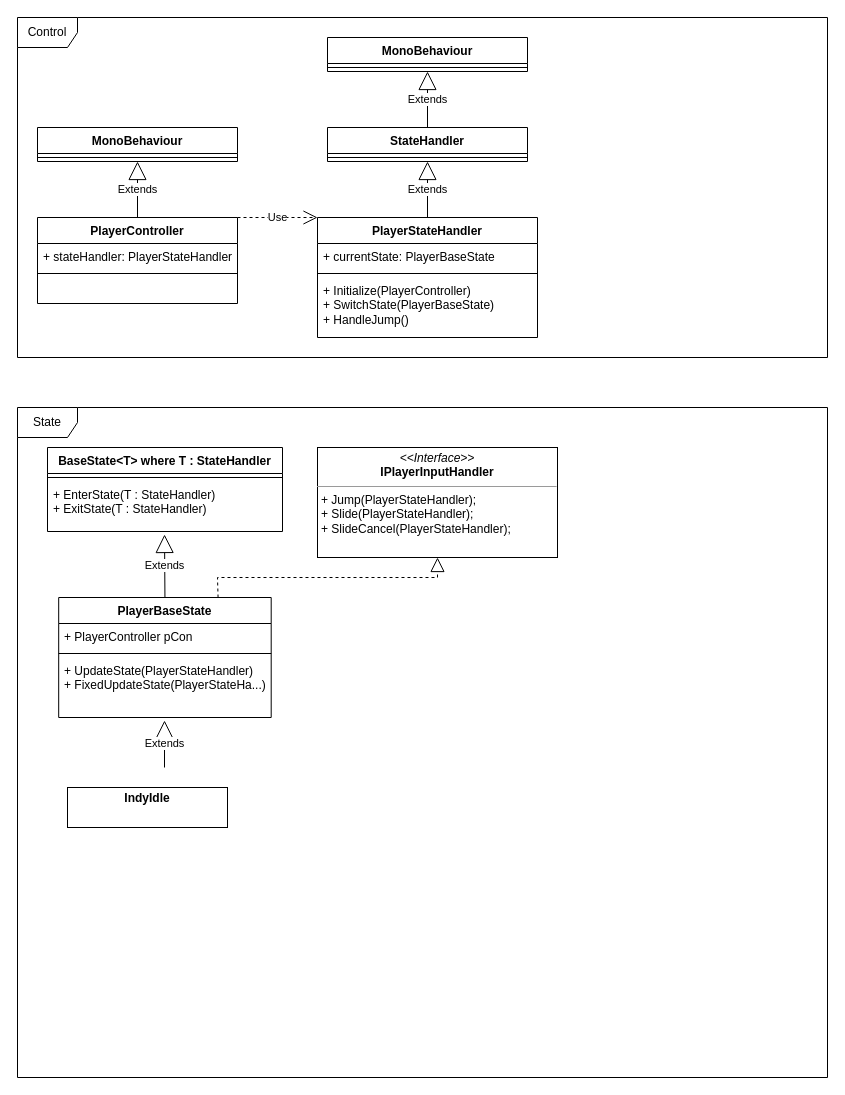
Above: UML's/StateMachineUML.drawio in Contraband-Software/Unity2D-Tutorial (draw.io), before the change. Source tidied: cells renumbered, new cells numbered last; positions are measured from the earlier drawing's top-left corner, leaving out a move shared by most shapes. Both pictures are drawn from the tidied source at 100%, with x=0, y=0 at pixel (17, 17).
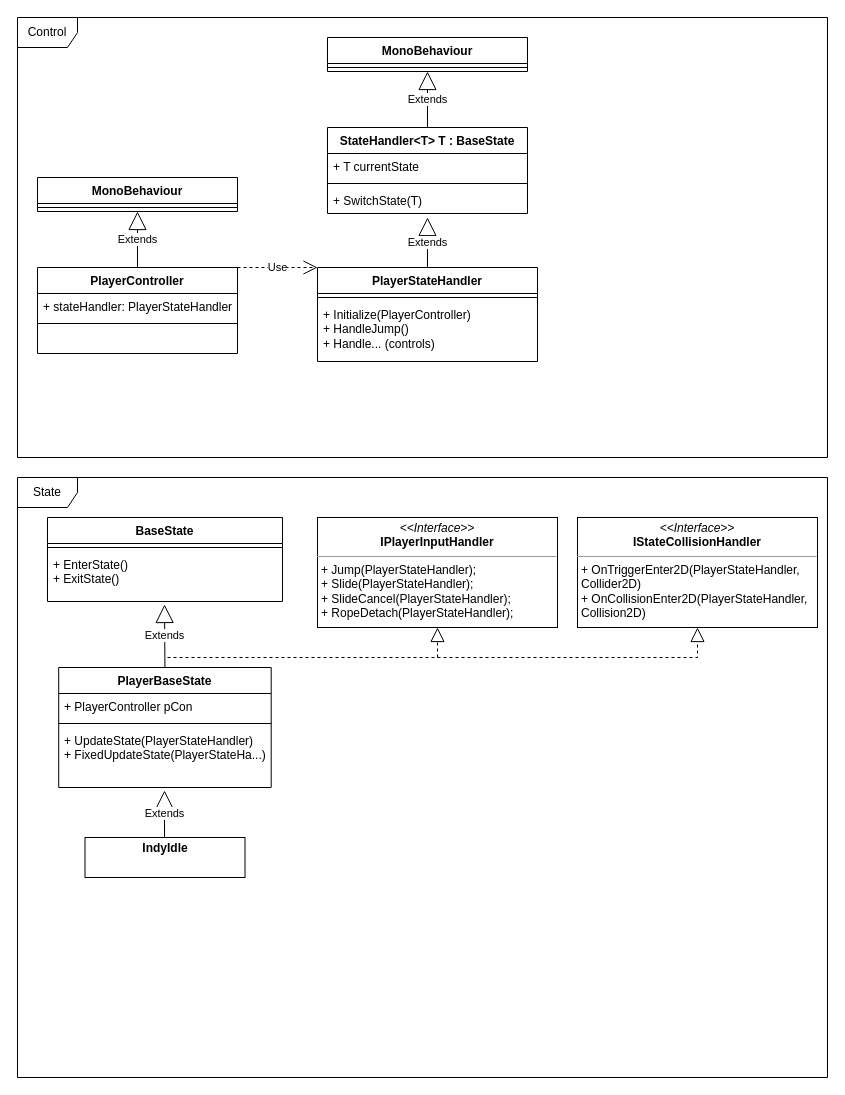
The same page after the edit.

Commit message (it also covers changes not shown here):
refactored state machine

Unchanged cells that the change refers to:
```xml
<mxCell id="14" value="MonoBehaviour" style="swimlane;fontStyle=1;align=center;verticalAlign=top;horizontal=1;startSize=26;whiteSpace=wrap;html=1;" parent="1" vertex="1">
  <mxGeometry x="310" y="20" width="200" height="34" as="geometry" />
</mxCell>
<mxCell id="24" value="+ UpdateState(PlayerStateHandler)&lt;br&gt;+ FixedUpdateState(PlayerStateHa...)" style="text;strokeColor=none;fillColor=none;align=left;verticalAlign=top;spacingLeft=4;spacingRight=4;overflow=hidden;points=[[0,0.5],[1,0.5]];portConstraint=eastwest;whiteSpace=wrap;html=1;" parent="21" vertex="1">
  <mxGeometry y="60" width="212.5" height="60" as="geometry" />
</mxCell>
```

Diff of the diagram source:
```diff
@@
     <mxCell id="2" value="PlayerController" style="swimlane;fontStyle=1;align=center;verticalAlign=top;horizontal=1;startSize=26;whiteSpace=wrap;html=1;" parent="1" vertex="1">
-      <mxGeometry x="20" y="200" width="200" height="86" as="geometry" />
+      <mxGeometry x="20" y="250" width="200" height="86" as="geometry" />
     </mxCell>
@@
     <mxCell id="6" value="PlayerStateHandler" style="swimlane;fontStyle=1;align=center;verticalAlign=top;horizontal=1;startSize=26;whiteSpace=wrap;html=1;" parent="1" vertex="1">
-      <mxGeometry x="300" y="200" width="220" height="120" as="geometry" />
+      <mxGeometry x="300" y="250" width="220" height="94" as="geometry" />
     </mxCell>
-    <mxCell id="7" value="+ currentState: PlayerBaseState" style="text;strokeColor=none;fillColor=none;align=left;verticalAlign=top;spacingLeft=4;spacingRight=4;overflow=hidden;whiteSpace=wrap;html=1;" parent="6" vertex="1">
-      <mxGeometry y="26" width="220" height="26" as="geometry" />
-    </mxCell>
     <mxCell id="8" style="line;strokeWidth=1;fillColor=none;align=left;verticalAlign=middle;spacingTop=-1;spacingLeft=3;spacingRight=3;labelPosition=right;strokeColor=inherit;" parent="6" vertex="1">
-      <mxGeometry y="52" width="220" height="8" as="geometry" />
+      <mxGeometry y="26" width="220" height="8" as="geometry" />
     </mxCell>
-    <mxCell id="9" value="+ Initialize(PlayerController)&lt;br&gt;+ SwitchState(PlayerBaseState)&lt;br&gt;+ HandleJump()" style="text;strokeColor=none;fillColor=none;align=left;verticalAlign=top;spacingLeft=4;spacingRight=4;overflow=hidden;whiteSpace=wrap;html=1;" parent="6" vertex="1">
-      <mxGeometry y="60" width="220" height="60" as="geometry" />
+    <mxCell id="9" value="+ Initialize(PlayerController)&lt;br&gt;+ HandleJump()&lt;br&gt;+ Handle... (controls)" style="text;strokeColor=none;fillColor=none;align=left;verticalAlign=top;spacingLeft=4;spacingRight=4;overflow=hidden;whiteSpace=wrap;html=1;" parent="6" vertex="1">
+      <mxGeometry y="34" width="220" height="60" as="geometry" />
     </mxCell>
@@
     <mxCell id="11" value="MonoBehaviour" style="swimlane;fontStyle=1;align=center;verticalAlign=top;horizontal=1;startSize=26;whiteSpace=wrap;html=1;" parent="1" vertex="1">
-      <mxGeometry x="20" y="110" width="200" height="34" as="geometry" />
+      <mxGeometry x="20" y="160" width="200" height="34" as="geometry" />
     </mxCell>
@@
     <mxCell id="16" value="Control" style="shape=umlFrame;whiteSpace=wrap;html=1;" parent="1" vertex="1">
-      <mxGeometry width="810" height="340" as="geometry" />
+      <mxGeometry width="810" height="440" as="geometry" />
     </mxCell>
-    <mxCell id="17" value="BaseState&amp;lt;T&amp;gt; where T : StateHandler" style="swimlane;fontStyle=1;align=center;verticalAlign=top;horizontal=1;startSize=26;whiteSpace=wrap;html=1;" parent="1" vertex="1">
-      <mxGeometry x="30" y="430" width="235" height="84" as="geometry" />
+    <mxCell id="17" value="BaseState" style="swimlane;fontStyle=1;align=center;verticalAlign=top;horizontal=1;startSize=26;whiteSpace=wrap;html=1;" parent="1" vertex="1">
+      <mxGeometry x="30" y="500" width="235" height="84" as="geometry" />
     </mxCell>
@@
-    <mxCell id="19" value="+ EnterState(T : StateHandler)&lt;br&gt;+ ExitState(T : StateHandler)" style="text;strokeColor=none;fillColor=none;align=left;verticalAlign=top;spacingLeft=4;spacingRight=4;overflow=hidden;points=[[0,0.5],[1,0.5]];portConstraint=eastwest;whiteSpace=wrap;html=1;" parent="17" vertex="1">
+    <mxCell id="19" value="+ EnterState()&lt;br&gt;+ ExitState()" style="text;strokeColor=none;fillColor=none;align=left;verticalAlign=top;spacingLeft=4;spacingRight=4;overflow=hidden;points=[[0,0.5],[1,0.5]];portConstraint=eastwest;whiteSpace=wrap;html=1;" parent="17" vertex="1">
       <mxGeometry y="34" width="235" height="50" as="geometry" />
     </mxCell>
@@
     <mxCell id="21" value="PlayerBaseState" style="swimlane;fontStyle=1;align=center;verticalAlign=top;horizontal=1;startSize=26;whiteSpace=wrap;html=1;" parent="1" vertex="1">
-      <mxGeometry x="41.2" y="580" width="212.5" height="120" as="geometry" />
+      <mxGeometry x="41.2" y="650" width="212.5" height="120" as="geometry" />
     </mxCell>
@@
-    <mxCell id="25" value="StateHandler" style="swimlane;fontStyle=1;align=center;verticalAlign=top;horizontal=1;startSize=26;whiteSpace=wrap;html=1;" parent="1" vertex="1">
-      <mxGeometry x="310" y="110" width="200" height="34" as="geometry" />
-    </mxCell>
-    <mxCell id="26" style="line;strokeWidth=1;fillColor=none;align=left;verticalAlign=middle;spacingTop=-1;spacingLeft=3;spacingRight=3;labelPosition=right;strokeColor=inherit;" parent="25" vertex="1">
-      <mxGeometry y="26" width="200" height="8" as="geometry" />
-    </mxCell>
-    <mxCell id="27" value="Extends" style="endArrow=block;endSize=16;endFill=0;html=1;rounded=0;exitX=0.5;exitY=0;exitDx=0;exitDy=0;entryX=0.5;entryY=1;entryDx=0;entryDy=0;" parent="1" edge="1" source="6" target="25">
-      <mxGeometry relative="1" as="geometry" />
+    <mxCell id="27" value="Extends" style="endArrow=block;endSize=16;endFill=0;html=1;rounded=0;exitX=0.5;exitY=0;exitDx=0;exitDy=0;" parent="1" edge="1" source="6">
+      <mxGeometry relative="1" as="geometry">
+        <mxPoint x="410" y="200" as="targetPoint" />
+      </mxGeometry>
     </mxCell>
-    <mxCell id="28" value="Extends" style="endArrow=block;endSize=16;endFill=0;html=1;rounded=0;exitX=0.5;exitY=0;exitDx=0;exitDy=0;entryX=0.5;entryY=1;entryDx=0;entryDy=0;" parent="1" edge="1" source="25" target="14">
-      <mxGeometry relative="1" as="geometry" />
+    <mxCell id="28" value="Extends" style="endArrow=block;endSize=16;endFill=0;html=1;rounded=0;exitX=0.5;exitY=0;exitDx=0;exitDy=0;entryX=0.5;entryY=1;entryDx=0;entryDy=0;" parent="1" edge="1" target="14">
+      <mxGeometry relative="1" as="geometry">
+        <mxPoint x="410" y="110" as="sourcePoint" />
+      </mxGeometry>
     </mxCell>
-    <mxCell id="29" value="&lt;p style=&quot;margin:0px;margin-top:4px;text-align:center;&quot;&gt;&lt;i&gt;&amp;lt;&amp;lt;Interface&amp;gt;&amp;gt;&lt;/i&gt;&lt;br&gt;&lt;b&gt;IPlayerInputHandler&lt;/b&gt;&lt;/p&gt;&lt;hr size=&quot;1&quot;&gt;&lt;p style=&quot;margin:0px;margin-left:4px;&quot;&gt;+&amp;nbsp;Jump(PlayerStateHandler);&lt;/p&gt;&lt;p style=&quot;margin:0px;margin-left:4px;&quot;&gt;+ Slide(PlayerStateHandler);&lt;/p&gt;&lt;p style=&quot;margin:0px;margin-left:4px;&quot;&gt;+ SlideCancel(PlayerStateHandler);&lt;/p&gt;" style="verticalAlign=top;align=left;overflow=fill;fontSize=12;fontFamily=Helvetica;html=1;whiteSpace=wrap;" parent="1" vertex="1">
-      <mxGeometry x="300" y="430" width="240" height="110" as="geometry" />
+    <mxCell id="29" value="&lt;p style=&quot;margin:0px;margin-top:4px;text-align:center;&quot;&gt;&lt;i&gt;&amp;lt;&amp;lt;Interface&amp;gt;&amp;gt;&lt;/i&gt;&lt;br&gt;&lt;b&gt;IPlayerInputHandler&lt;/b&gt;&lt;/p&gt;&lt;hr size=&quot;1&quot;&gt;&lt;p style=&quot;margin:0px;margin-left:4px;&quot;&gt;+&amp;nbsp;Jump(PlayerStateHandler);&lt;/p&gt;&lt;p style=&quot;margin:0px;margin-left:4px;&quot;&gt;+ Slide(PlayerStateHandler);&lt;/p&gt;&lt;p style=&quot;margin:0px;margin-left:4px;&quot;&gt;+ SlideCancel(PlayerStateHandler);&lt;/p&gt;&lt;p style=&quot;margin:0px;margin-left:4px;&quot;&gt;+ RopeDetach(PlayerStateHandler);&lt;/p&gt;" style="verticalAlign=top;align=left;overflow=fill;fontSize=12;fontFamily=Helvetica;html=1;whiteSpace=wrap;" parent="1" vertex="1">
+      <mxGeometry x="300" y="500" width="240" height="110" as="geometry" />
     </mxCell>
-    <mxCell id="30" style="endArrow=block;dashed=1;endFill=0;endSize=12;html=1;rounded=0;exitX=0.75;exitY=0;exitDx=0;exitDy=0;entryX=0.5;entryY=1;entryDx=0;entryDy=0;" parent="1" edge="1" source="21" target="29">
-      <mxGeometry relative="1" as="geometry">
-        <Array as="points">
-          <mxPoint x="200" y="560" />
-          <mxPoint x="420" y="560" />
-        </Array>
-      </mxGeometry>
-    </mxCell>
     <mxCell id="31" value="&lt;p style=&quot;margin: 4px 0px 0px;&quot;&gt;&lt;b style=&quot;background-color: initial;&quot;&gt;IndyIdle&lt;/b&gt;&lt;br&gt;&lt;/p&gt;&lt;p style=&quot;margin:0px;margin-left:4px;&quot;&gt;&lt;br&gt;&lt;/p&gt;" style="verticalAlign=top;align=center;overflow=fill;fontSize=12;fontFamily=Helvetica;html=1;whiteSpace=wrap;" parent="1" vertex="1">
-      <mxGeometry x="50" y="770" width="160" height="40" as="geometry" />
+      <mxGeometry x="67.5" y="820" width="160" height="40" as="geometry" />
     </mxCell>
     <mxCell id="32" value="State" style="shape=umlFrame;whiteSpace=wrap;html=1;" parent="1" vertex="1">
-      <mxGeometry y="390" width="810" height="670" as="geometry" />
+      <mxGeometry y="460" width="810" height="600" as="geometry" />
     </mxCell>
     <mxCell id="33" value="Extends" style="endArrow=block;endSize=16;endFill=0;html=1;rounded=0;entryX=0.498;entryY=1.05;entryDx=0;entryDy=0;entryPerimeter=0;" parent="1" edge="1" target="24">
       <mxGeometry relative="1" as="geometry">
-        <mxPoint x="147" y="750" as="sourcePoint" />
+        <mxPoint x="147" y="820" as="sourcePoint" />
       </mxGeometry>
     </mxCell>
+    <mxCell id="34" value="&lt;p style=&quot;margin:0px;margin-top:4px;text-align:center;&quot;&gt;&lt;i&gt;&amp;lt;&amp;lt;Interface&amp;gt;&amp;gt;&lt;/i&gt;&lt;br&gt;&lt;b&gt;IStateCollisionHandler&lt;/b&gt;&lt;/p&gt;&lt;hr size=&quot;1&quot;&gt;&lt;p style=&quot;margin:0px;margin-left:4px;&quot;&gt;+ OnTriggerEnter2D(PlayerStateHandler, Collider2D)&lt;/p&gt;&lt;p style=&quot;margin:0px;margin-left:4px;&quot;&gt;+ OnCollisionEnter2D(PlayerStateHandler, Collision2D)&lt;/p&gt;" style="verticalAlign=top;align=left;overflow=fill;fontSize=12;fontFamily=Helvetica;html=1;whiteSpace=wrap;" parent="1" vertex="1">
+      <mxGeometry x="560" y="500" width="240" height="110" as="geometry" />
+    </mxCell>
+    <mxCell id="35" style="endArrow=block;dashed=1;endFill=0;endSize=12;html=1;rounded=0;entryX=0.5;entryY=1;entryDx=0;entryDy=0;" parent="1" edge="1" target="29">
+      <mxGeometry relative="1" as="geometry">
+        <mxPoint x="150" y="640" as="sourcePoint" />
+        <Array as="points">
+          <mxPoint x="420" y="640" />
+        </Array>
+      </mxGeometry>
+    </mxCell>
+    <mxCell id="36" style="endArrow=block;dashed=1;endFill=0;endSize=12;html=1;rounded=0;entryX=0.5;entryY=1;entryDx=0;entryDy=0;" parent="1" edge="1" target="34">
+      <mxGeometry relative="1" as="geometry">
+        <mxPoint x="420" y="640" as="sourcePoint" />
+        <Array as="points">
+          <mxPoint x="680" y="640" />
+        </Array>
+      </mxGeometry>
+    </mxCell>
+    <mxCell id="37" value="StateHandler&amp;lt;T&amp;gt; T : BaseState" style="swimlane;fontStyle=1;align=center;verticalAlign=top;horizontal=1;startSize=26;whiteSpace=wrap;html=1;" parent="1" vertex="1">
+      <mxGeometry x="310" y="110" width="200" height="86" as="geometry" />
+    </mxCell>
+    <mxCell id="38" value="+ T currentState" style="text;strokeColor=none;fillColor=none;align=left;verticalAlign=top;spacingLeft=4;spacingRight=4;overflow=hidden;whiteSpace=wrap;html=1;" parent="37" vertex="1">
+      <mxGeometry y="26" width="200" height="26" as="geometry" />
+    </mxCell>
+    <mxCell id="39" style="line;strokeWidth=1;fillColor=none;align=left;verticalAlign=middle;spacingTop=-1;spacingLeft=3;spacingRight=3;labelPosition=right;strokeColor=inherit;" parent="37" vertex="1">
+      <mxGeometry y="52" width="200" height="8" as="geometry" />
+    </mxCell>
+    <mxCell id="40" value="+ SwitchState(T)" style="text;strokeColor=none;fillColor=none;align=left;verticalAlign=top;spacingLeft=4;spacingRight=4;overflow=hidden;whiteSpace=wrap;html=1;" parent="37" vertex="1">
+      <mxGeometry y="60" width="200" height="26" as="geometry" />
+    </mxCell>
```
